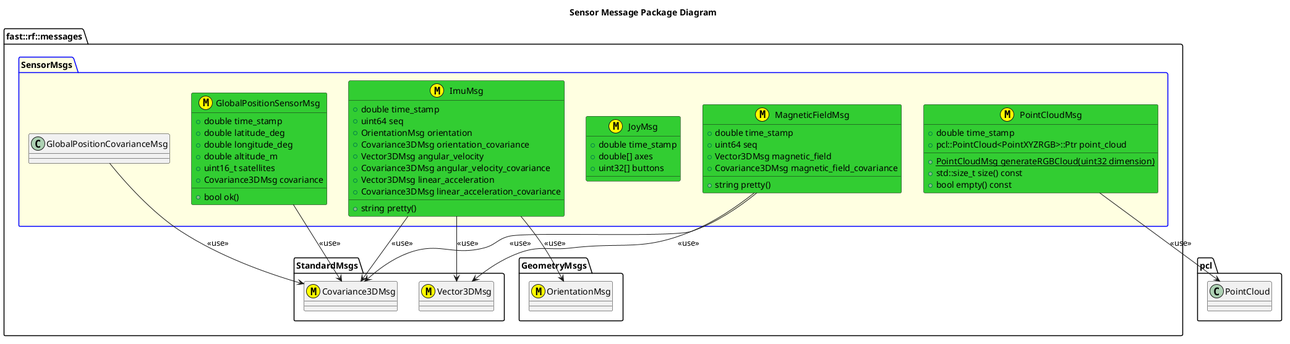
This is msgs/SensorMsgs/doc/puml/SensorMessagesClassDiagram.png from fastrobotics/robot_framework, a PlantUML export, as it was before one commit.
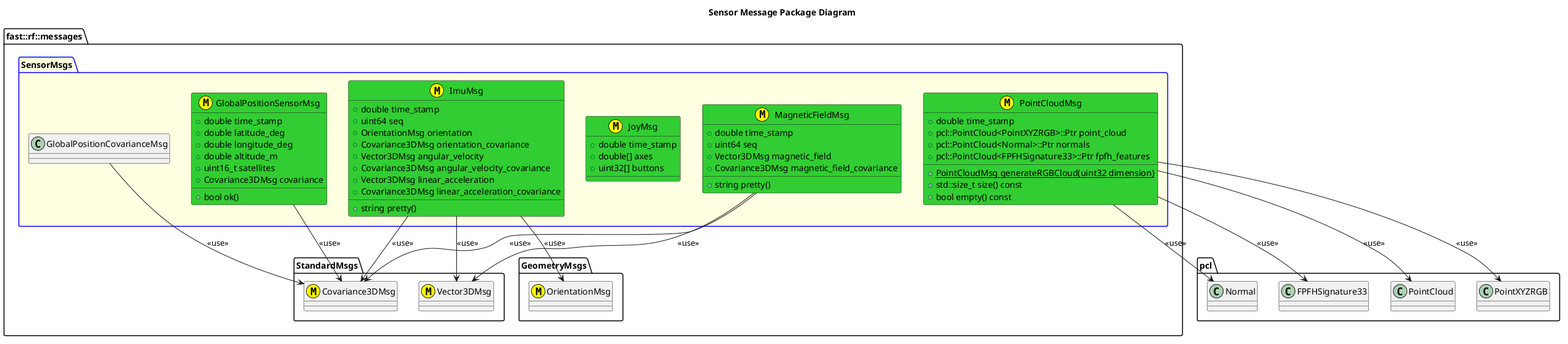
The same file after the commit.

Diff of the diagram source:
```diff
@@ -2,6 +2,9 @@
 title Sensor Message Package Diagram
 namespace pcl {
     class PointCloud
+    class PointXYZRGB
+    class Normal
+    class FPFHSignature33
 }
 namespace fast::rf::messages {
   namespace StandardMsgs {
@@ -58,9 +61,14 @@
         +{static} PointCloudMsg generateRGBCloud(uint32 dimension)
         +double time_stamp
         +pcl::PointCloud<PointXYZRGB>::Ptr point_cloud
+        +pcl::PointCloud<Normal>::Ptr normals
+        +pcl::PointCloud<FPFHSignature33>::Ptr fpfh_features
         +std::size_t size() const
         +bool empty() const
     }
     PointCloudMsg --> PointCloud: <<use>>
+    PointCloudMsg --> PointXYZRGB: <<use>>
+    PointCloudMsg --> Normal: <<use>>
+    PointCloudMsg --> FPFHSignature33: <<use>>
   }
   @enduml
```
